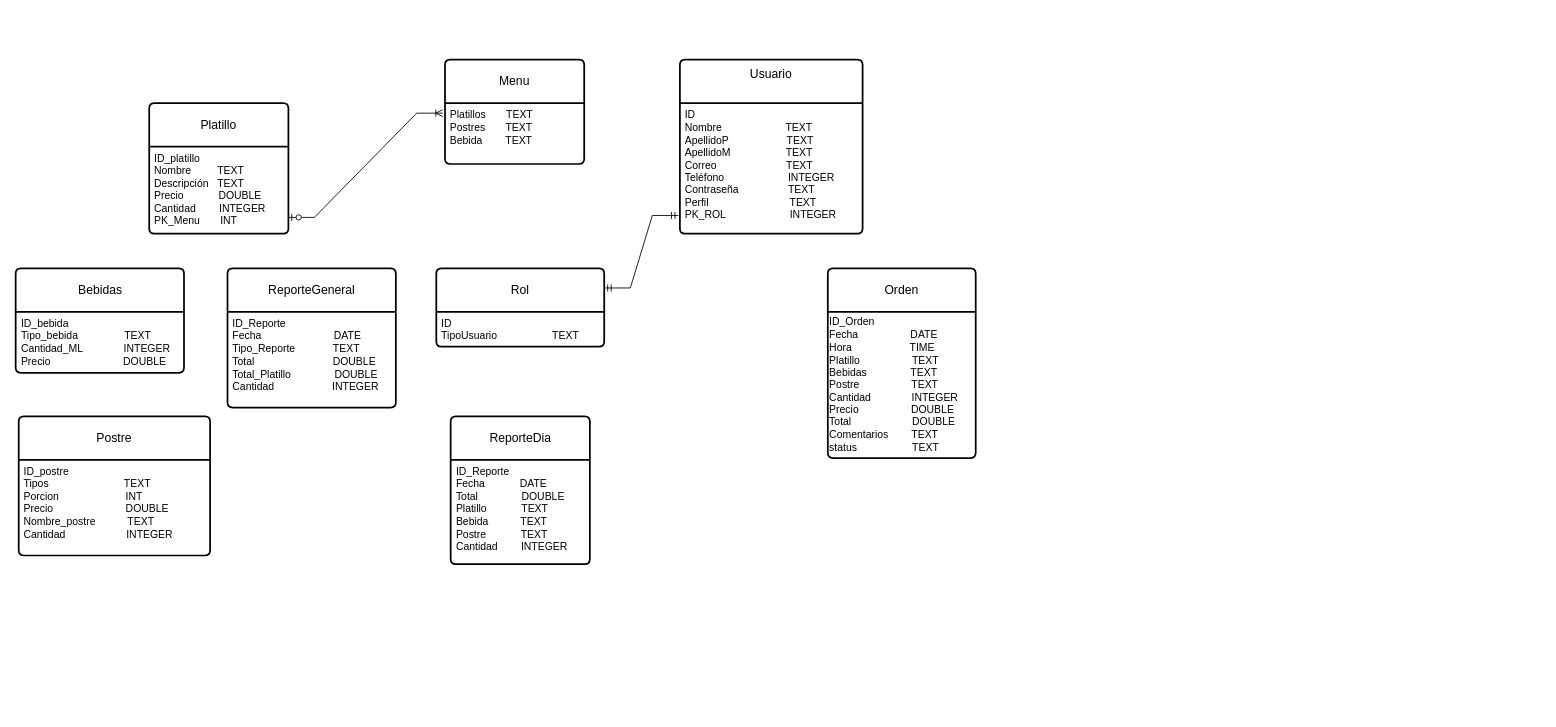
Above: BD_Relacional.drawio in OSCARCH2002/diagramas (draw.io), before the change. Source tidied: cells renumbered, new cells numbered last; positions are measured from the earlier drawing's top-left corner, leaving out a move shared by most shapes. Both pictures are drawn from the tidied source at 87%, with x=0, y=0 at pixel (15, 59).
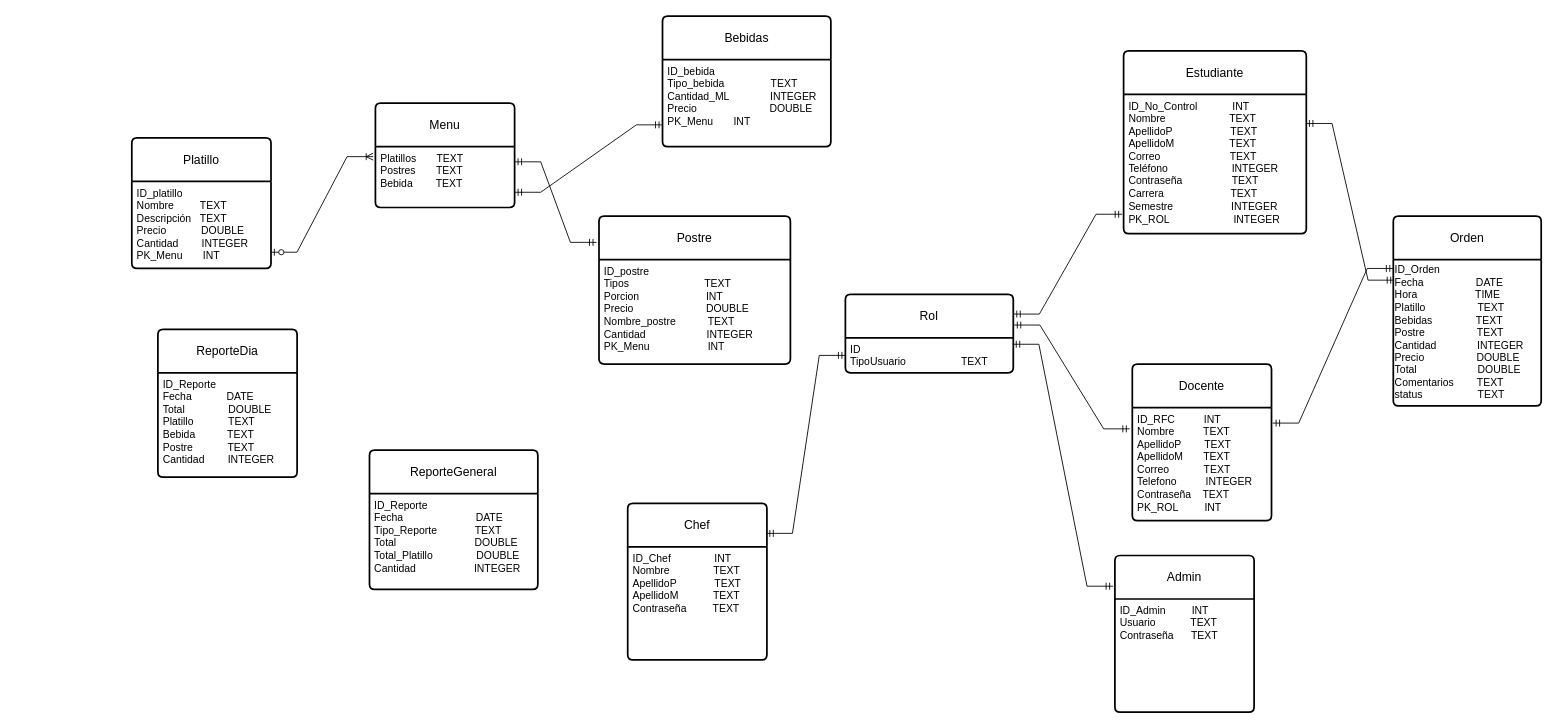
After the change.

Unchanged cells that the change refers to:
```xml
<mxCell id="7" value="Platillos&amp;nbsp; &amp;nbsp; &amp;nbsp; &amp;nbsp;TEXT&lt;div&gt;Postres&amp;nbsp; &amp;nbsp; &amp;nbsp; &amp;nbsp;TEXT&lt;/div&gt;&lt;div&gt;Bebida&amp;nbsp; &amp;nbsp; &amp;nbsp; &amp;nbsp; TEXT&lt;/div&gt;" style="align=left;strokeColor=none;fillColor=none;spacingLeft=4;spacingRight=4;fontSize=12;verticalAlign=top;html=1;whiteSpace=wrap;" parent="6" vertex="1">
  <mxGeometry y="50" width="160" height="70" as="geometry" />
</mxCell>
<mxCell id="13" value="ID&lt;div&gt;&lt;span style=&quot;background-color: transparent; color: light-dark(rgb(0, 0, 0), rgb(255, 255, 255));&quot;&gt;TipoUsuario&amp;nbsp; &amp;nbsp; &amp;nbsp; &amp;nbsp; &amp;nbsp; &amp;nbsp; &amp;nbsp; &amp;nbsp; &amp;nbsp; &amp;nbsp;TEXT&lt;/span&gt;&lt;/div&gt;" style="align=left;strokeColor=none;fillColor=none;spacingLeft=4;spacingRight=4;fontSize=12;verticalAlign=top;html=1;whiteSpace=wrap;" parent="12" vertex="1">
  <mxGeometry y="50" width="193" height="40" as="geometry" />
</mxCell>
<mxCell id="17" value="ID_Orden&lt;div&gt;Fecha&amp;nbsp; &amp;nbsp; &amp;nbsp; &amp;nbsp; &amp;nbsp; &amp;nbsp; &amp;nbsp; &amp;nbsp; &amp;nbsp; DATE&lt;/div&gt;&lt;div&gt;Hora&amp;nbsp; &amp;nbsp; &amp;nbsp; &amp;nbsp; &amp;nbsp; &amp;nbsp; &amp;nbsp; &amp;nbsp; &amp;nbsp; &amp;nbsp; TIME&lt;/div&gt;&lt;div&gt;Platillo&amp;nbsp; &amp;nbsp; &amp;nbsp; &amp;nbsp; &amp;nbsp; &amp;nbsp; &amp;nbsp; &amp;nbsp; &amp;nbsp; TEXT&lt;/div&gt;&lt;div&gt;Bebidas&amp;nbsp; &amp;nbsp; &amp;nbsp; &amp;nbsp; &amp;nbsp; &amp;nbsp; &amp;nbsp; &amp;nbsp;TEXT&lt;/div&gt;&lt;div&gt;Postre&amp;nbsp; &amp;nbsp; &amp;nbsp; &amp;nbsp; &amp;nbsp; &amp;nbsp; &amp;nbsp; &amp;nbsp; &amp;nbsp; TEXT&lt;/div&gt;&lt;div&gt;Cantidad&amp;nbsp; &amp;nbsp; &amp;nbsp; &amp;nbsp; &amp;nbsp; &amp;nbsp; &amp;nbsp; INTEGER&lt;/div&gt;&lt;div&gt;Precio&amp;nbsp; &amp;nbsp; &amp;nbsp; &amp;nbsp; &amp;nbsp; &amp;nbsp; &amp;nbsp; &amp;nbsp; &amp;nbsp; DOUBLE&lt;/div&gt;&lt;div&gt;Total&amp;nbsp; &amp;nbsp; &amp;nbsp; &amp;nbsp; &amp;nbsp; &amp;nbsp; &amp;nbsp; &amp;nbsp; &amp;nbsp; &amp;nbsp; &amp;nbsp;DOUBLE&lt;/div&gt;&lt;div&gt;Comentarios&amp;nbsp; &amp;nbsp; &amp;nbsp; &amp;nbsp; TEXT&lt;/div&gt;&lt;div&gt;status&amp;nbsp; &amp;nbsp; &amp;nbsp; &amp;nbsp; &amp;nbsp; &amp;nbsp; &amp;nbsp; &amp;nbsp; &amp;nbsp; &amp;nbsp;TEXT&lt;/div&gt;" style="text;html=1;align=left;verticalAlign=middle;points=[];strokeColor=none;fillColor=none;" parent="16" vertex="1">
  <mxGeometry y="50" width="170" height="168" as="geometry" />
</mxCell>
```

Diff of the diagram source:
```diff
@@
     <mxCell id="2" value="Platillo" style="swimlane;horizontal=1;startSize=50;rounded=1;fontSize=14;fontStyle=0;strokeWidth=2;shadow=0;dashed=0;align=center;arcSize=4;whiteSpace=wrap;html=1;" parent="1" vertex="1">
-      <mxGeometry x="154" y="50" width="160" height="150" as="geometry" />
+      <mxGeometry x="134" y="90" width="160" height="150" as="geometry" />
     </mxCell>
@@
     <mxCell id="4" value="&lt;div&gt;ReporteDia&lt;/div&gt;" style="swimlane;horizontal=1;startSize=50;rounded=1;fontSize=14;fontStyle=0;strokeWidth=2;shadow=0;dashed=0;align=center;arcSize=4;whiteSpace=wrap;html=1;" parent="1" vertex="1">
-      <mxGeometry x="500.5" y="410" width="160" height="170" as="geometry" />
+      <mxGeometry x="164" y="310" width="160" height="170" as="geometry" />
     </mxCell>
@@
     <mxCell id="6" value="&lt;div&gt;Menu&lt;/div&gt;" style="swimlane;horizontal=1;startSize=50;rounded=1;fontSize=14;fontStyle=0;strokeWidth=2;shadow=0;dashed=0;align=center;arcSize=4;whiteSpace=wrap;html=1;" parent="1" vertex="1">
-      <mxGeometry x="494" width="160" height="120" as="geometry" />
+      <mxGeometry x="414" y="50" width="160" height="120" as="geometry" />
     </mxCell>
@@
     <mxCell id="8" value="Bebidas" style="swimlane;horizontal=1;startSize=50;rounded=1;fontSize=14;fontStyle=0;strokeWidth=2;shadow=0;dashed=0;align=center;arcSize=4;whiteSpace=wrap;html=1;" parent="1" vertex="1">
-      <mxGeometry x="0.5" y="240" width="193.5" height="120" as="geometry" />
+      <mxGeometry x="744" y="-50" width="193.5" height="150" as="geometry" />
     </mxCell>
-    <mxCell id="9" value="ID_bebida&amp;nbsp; &amp;nbsp; &amp;nbsp; &amp;nbsp; &amp;nbsp; &amp;nbsp; &amp;nbsp; &amp;nbsp; &amp;nbsp; &amp;nbsp;&lt;div&gt;Tipo_bebida&amp;nbsp; &amp;nbsp; &amp;nbsp; &amp;nbsp; &amp;nbsp; &amp;nbsp; &amp;nbsp; &amp;nbsp; TEXT&lt;/div&gt;&lt;div&gt;Cantidad_ML&amp;nbsp; &amp;nbsp; &amp;nbsp; &amp;nbsp; &amp;nbsp; &amp;nbsp; &amp;nbsp; INTEGER&lt;/div&gt;&lt;div&gt;Precio&amp;nbsp; &amp;nbsp; &amp;nbsp; &amp;nbsp; &amp;nbsp; &amp;nbsp; &amp;nbsp; &amp;nbsp; &amp;nbsp; &amp;nbsp; &amp;nbsp; &amp;nbsp; &amp;nbsp;DOUBLE&lt;/div&gt;&lt;div&gt;&lt;br&gt;&lt;/div&gt;" style="align=left;strokeColor=none;fillColor=none;spacingLeft=4;spacingRight=4;fontSize=12;verticalAlign=top;html=1;whiteSpace=wrap;" parent="8" vertex="1">
-      <mxGeometry y="50" width="193.5" height="70" as="geometry" />
+    <mxCell id="9" value="ID_bebida&amp;nbsp; &amp;nbsp; &amp;nbsp; &amp;nbsp; &amp;nbsp; &amp;nbsp; &amp;nbsp; &amp;nbsp; &amp;nbsp; &amp;nbsp;&lt;div&gt;Tipo_bebida&amp;nbsp; &amp;nbsp; &amp;nbsp; &amp;nbsp; &amp;nbsp; &amp;nbsp; &amp;nbsp; &amp;nbsp; TEXT&lt;/div&gt;&lt;div&gt;Cantidad_ML&amp;nbsp; &amp;nbsp; &amp;nbsp; &amp;nbsp; &amp;nbsp; &amp;nbsp; &amp;nbsp; INTEGER&lt;/div&gt;&lt;div&gt;Precio&amp;nbsp; &amp;nbsp; &amp;nbsp; &amp;nbsp; &amp;nbsp; &amp;nbsp; &amp;nbsp; &amp;nbsp; &amp;nbsp; &amp;nbsp; &amp;nbsp; &amp;nbsp; &amp;nbsp;DOUBLE&lt;/div&gt;&lt;div&gt;PK_Menu&amp;nbsp; &amp;nbsp; &amp;nbsp; &amp;nbsp;INT&lt;/div&gt;&lt;div&gt;&lt;br&gt;&lt;/div&gt;" style="align=left;strokeColor=none;fillColor=none;spacingLeft=4;spacingRight=4;fontSize=12;verticalAlign=top;html=1;whiteSpace=wrap;" parent="8" vertex="1">
+      <mxGeometry y="50" width="193.5" height="100" as="geometry" />
     </mxCell>
     <mxCell id="10" value="ReporteGeneral" style="swimlane;horizontal=1;startSize=50;rounded=1;fontSize=14;fontStyle=0;strokeWidth=2;shadow=0;dashed=0;align=center;arcSize=4;whiteSpace=wrap;html=1;" parent="1" vertex="1">
-      <mxGeometry x="244" y="240" width="193.5" height="160" as="geometry" />
+      <mxGeometry x="407.2" y="449" width="193.5" height="160" as="geometry" />
     </mxCell>
@@
     <mxCell id="12" value="Rol" style="swimlane;horizontal=1;startSize=50;rounded=1;fontSize=14;fontStyle=0;strokeWidth=2;shadow=0;dashed=0;align=center;arcSize=4;whiteSpace=wrap;html=1;" parent="1" vertex="1">
-      <mxGeometry x="484" y="240" width="193" height="90" as="geometry" />
+      <mxGeometry x="954.2" y="270" width="193" height="90" as="geometry" />
     </mxCell>
@@
-    <mxCell id="14" value="Usuario&lt;div&gt;&lt;br&gt;&lt;/div&gt;" style="swimlane;horizontal=1;startSize=50;rounded=1;fontSize=14;fontStyle=0;strokeWidth=2;shadow=0;dashed=0;align=center;arcSize=4;whiteSpace=wrap;html=1;" parent="1" vertex="1">
-      <mxGeometry x="764" width="210" height="200" as="geometry" />
+    <mxCell id="14" value="&lt;div&gt;Estudiante&lt;/div&gt;" style="swimlane;horizontal=1;startSize=50;rounded=1;fontSize=14;fontStyle=0;strokeWidth=2;shadow=0;dashed=0;align=center;arcSize=4;whiteSpace=wrap;html=1;" parent="1" vertex="1">
+      <mxGeometry x="1274" y="-10" width="210" height="210" as="geometry" />
     </mxCell>
-    <mxCell id="15" value="ID&lt;div&gt;Nombre&amp;nbsp; &amp;nbsp; &amp;nbsp; &amp;nbsp; &amp;nbsp; &amp;nbsp; &amp;nbsp; &amp;nbsp; &amp;nbsp; &amp;nbsp; &amp;nbsp; TEXT&lt;/div&gt;&lt;div&gt;ApellidoP&amp;nbsp; &amp;nbsp; &amp;nbsp; &amp;nbsp; &amp;nbsp; &amp;nbsp; &amp;nbsp; &amp;nbsp; &amp;nbsp; &amp;nbsp; TEXT&lt;/div&gt;&lt;div&gt;ApellidoM&amp;nbsp; &amp;nbsp; &amp;nbsp; &amp;nbsp; &amp;nbsp; &amp;nbsp; &amp;nbsp; &amp;nbsp; &amp;nbsp; &amp;nbsp;TEXT&lt;/div&gt;&lt;div&gt;Correo&amp;nbsp; &amp;nbsp; &amp;nbsp; &amp;nbsp; &amp;nbsp; &amp;nbsp; &amp;nbsp; &amp;nbsp; &amp;nbsp; &amp;nbsp; &amp;nbsp; &amp;nbsp; TEXT&lt;/div&gt;&lt;div&gt;Teléfono&amp;nbsp; &amp;nbsp; &amp;nbsp; &amp;nbsp; &amp;nbsp; &amp;nbsp; &amp;nbsp; &amp;nbsp; &amp;nbsp; &amp;nbsp; &amp;nbsp; INTEGER&lt;/div&gt;&lt;div&gt;Contraseña&amp;nbsp; &amp;nbsp; &amp;nbsp; &amp;nbsp; &amp;nbsp; &amp;nbsp; &amp;nbsp; &amp;nbsp; &amp;nbsp;TEXT&lt;/div&gt;&lt;div&gt;Perfil&amp;nbsp; &amp;nbsp; &amp;nbsp; &amp;nbsp; &amp;nbsp; &amp;nbsp; &amp;nbsp; &amp;nbsp; &amp;nbsp; &amp;nbsp; &amp;nbsp; &amp;nbsp; &amp;nbsp; &amp;nbsp; TEXT&lt;/div&gt;&lt;div&gt;PK_ROL&amp;nbsp; &amp;nbsp; &amp;nbsp; &amp;nbsp; &amp;nbsp; &amp;nbsp; &amp;nbsp; &amp;nbsp; &amp;nbsp; &amp;nbsp; &amp;nbsp; INTEGER&lt;/div&gt;&lt;div&gt;&lt;br&gt;&lt;/div&gt;" style="align=left;strokeColor=none;fillColor=none;spacingLeft=4;spacingRight=4;fontSize=12;verticalAlign=top;html=1;whiteSpace=wrap;" parent="14" vertex="1">
-      <mxGeometry y="50" width="210" height="150" as="geometry" />
+    <mxCell id="15" value="ID_No_Control&amp;nbsp; &amp;nbsp; &amp;nbsp; &amp;nbsp; &amp;nbsp; &amp;nbsp; INT&lt;br&gt;&lt;div&gt;Nombre&amp;nbsp; &amp;nbsp; &amp;nbsp; &amp;nbsp; &amp;nbsp; &amp;nbsp; &amp;nbsp; &amp;nbsp; &amp;nbsp; &amp;nbsp; &amp;nbsp; TEXT&lt;/div&gt;&lt;div&gt;ApellidoP&amp;nbsp; &amp;nbsp; &amp;nbsp; &amp;nbsp; &amp;nbsp; &amp;nbsp; &amp;nbsp; &amp;nbsp; &amp;nbsp; &amp;nbsp; TEXT&lt;/div&gt;&lt;div&gt;ApellidoM&amp;nbsp; &amp;nbsp; &amp;nbsp; &amp;nbsp; &amp;nbsp; &amp;nbsp; &amp;nbsp; &amp;nbsp; &amp;nbsp; &amp;nbsp;TEXT&lt;/div&gt;&lt;div&gt;Correo&amp;nbsp; &amp;nbsp; &amp;nbsp; &amp;nbsp; &amp;nbsp; &amp;nbsp; &amp;nbsp; &amp;nbsp; &amp;nbsp; &amp;nbsp; &amp;nbsp; &amp;nbsp; TEXT&lt;/div&gt;&lt;div&gt;Teléfono&amp;nbsp; &amp;nbsp; &amp;nbsp; &amp;nbsp; &amp;nbsp; &amp;nbsp; &amp;nbsp; &amp;nbsp; &amp;nbsp; &amp;nbsp; &amp;nbsp; INTEGER&lt;/div&gt;&lt;div&gt;Contraseña&amp;nbsp; &amp;nbsp; &amp;nbsp; &amp;nbsp; &amp;nbsp; &amp;nbsp; &amp;nbsp; &amp;nbsp; &amp;nbsp;TEXT&lt;/div&gt;&lt;div&gt;Carrera&amp;nbsp; &amp;nbsp; &amp;nbsp; &amp;nbsp; &amp;nbsp; &amp;nbsp; &amp;nbsp; &amp;nbsp; &amp;nbsp; &amp;nbsp; &amp;nbsp; &amp;nbsp;TEXT&lt;/div&gt;&lt;div&gt;Semestre&amp;nbsp; &amp;nbsp; &amp;nbsp; &amp;nbsp; &amp;nbsp; &amp;nbsp; &amp;nbsp; &amp;nbsp; &amp;nbsp; &amp;nbsp; INTEGER&lt;/div&gt;&lt;div&gt;&lt;span style=&quot;background-color: transparent; color: light-dark(rgb(0, 0, 0), rgb(255, 255, 255));&quot;&gt;PK_ROL&amp;nbsp; &amp;nbsp; &amp;nbsp; &amp;nbsp; &amp;nbsp; &amp;nbsp; &amp;nbsp; &amp;nbsp; &amp;nbsp; &amp;nbsp; &amp;nbsp; INTEGER&lt;/span&gt;&lt;/div&gt;&lt;div&gt;&lt;br&gt;&lt;/div&gt;" style="align=left;strokeColor=none;fillColor=none;spacingLeft=4;spacingRight=4;fontSize=12;verticalAlign=top;html=1;whiteSpace=wrap;" parent="14" vertex="1">
+      <mxGeometry y="50" width="210" height="160" as="geometry" />
     </mxCell>
     <mxCell id="16" value="&lt;div&gt;Orden&lt;/div&gt;" style="swimlane;horizontal=1;startSize=50;rounded=1;fontSize=14;fontStyle=0;strokeWidth=2;shadow=0;dashed=0;align=center;arcSize=4;whiteSpace=wrap;html=1;" parent="1" vertex="1">
-      <mxGeometry x="934" y="240" width="170" height="218" as="geometry" />
+      <mxGeometry x="1584" y="180" width="170" height="218" as="geometry" />
     </mxCell>
@@
     <mxCell id="18" value="&lt;div&gt;Postre&lt;/div&gt;" style="swimlane;horizontal=1;startSize=50;rounded=1;fontSize=14;fontStyle=0;strokeWidth=2;shadow=0;dashed=0;align=center;arcSize=4;whiteSpace=wrap;html=1;" parent="1" vertex="1">
-      <mxGeometry x="4" y="410" width="220" height="160" as="geometry" />
+      <mxGeometry x="671" y="180" width="220" height="170" as="geometry" />
     </mxCell>
-    <mxCell id="19" value="ID_postre&lt;div&gt;Tipos&amp;nbsp; &amp;nbsp; &amp;nbsp; &amp;nbsp; &amp;nbsp; &amp;nbsp; &amp;nbsp; &amp;nbsp; &amp;nbsp; &amp;nbsp; &amp;nbsp; &amp;nbsp; &amp;nbsp; TEXT&lt;/div&gt;&lt;div&gt;Porcion&amp;nbsp; &amp;nbsp; &amp;nbsp; &amp;nbsp; &amp;nbsp; &amp;nbsp; &amp;nbsp; &amp;nbsp; &amp;nbsp; &amp;nbsp; &amp;nbsp; &amp;nbsp;INT&lt;/div&gt;&lt;div&gt;Precio&amp;nbsp; &amp;nbsp; &amp;nbsp; &amp;nbsp; &amp;nbsp; &amp;nbsp; &amp;nbsp; &amp;nbsp; &amp;nbsp; &amp;nbsp; &amp;nbsp; &amp;nbsp; &amp;nbsp;DOUBLE&lt;/div&gt;&lt;div&gt;Nombre_postre&amp;nbsp; &amp;nbsp; &amp;nbsp; &amp;nbsp; &amp;nbsp; &amp;nbsp;TEXT&lt;/div&gt;&lt;div&gt;Cantidad&amp;nbsp; &amp;nbsp; &amp;nbsp; &amp;nbsp; &amp;nbsp; &amp;nbsp; &amp;nbsp; &amp;nbsp; &amp;nbsp; &amp;nbsp; &amp;nbsp;INTEGER&lt;/div&gt;" style="align=left;strokeColor=none;fillColor=none;spacingLeft=4;spacingRight=4;fontSize=12;verticalAlign=top;html=1;whiteSpace=wrap;" parent="18" vertex="1">
-      <mxGeometry y="50" width="220" height="110" as="geometry" />
+    <mxCell id="19" value="ID_postre&lt;div&gt;Tipos&amp;nbsp; &amp;nbsp; &amp;nbsp; &amp;nbsp; &amp;nbsp; &amp;nbsp; &amp;nbsp; &amp;nbsp; &amp;nbsp; &amp;nbsp; &amp;nbsp; &amp;nbsp; &amp;nbsp; TEXT&lt;/div&gt;&lt;div&gt;Porcion&amp;nbsp; &amp;nbsp; &amp;nbsp; &amp;nbsp; &amp;nbsp; &amp;nbsp; &amp;nbsp; &amp;nbsp; &amp;nbsp; &amp;nbsp; &amp;nbsp; &amp;nbsp;INT&lt;/div&gt;&lt;div&gt;Precio&amp;nbsp; &amp;nbsp; &amp;nbsp; &amp;nbsp; &amp;nbsp; &amp;nbsp; &amp;nbsp; &amp;nbsp; &amp;nbsp; &amp;nbsp; &amp;nbsp; &amp;nbsp; &amp;nbsp;DOUBLE&lt;/div&gt;&lt;div&gt;Nombre_postre&amp;nbsp; &amp;nbsp; &amp;nbsp; &amp;nbsp; &amp;nbsp; &amp;nbsp;TEXT&lt;/div&gt;&lt;div&gt;Cantidad&amp;nbsp; &amp;nbsp; &amp;nbsp; &amp;nbsp; &amp;nbsp; &amp;nbsp; &amp;nbsp; &amp;nbsp; &amp;nbsp; &amp;nbsp; &amp;nbsp;INTEGER&lt;/div&gt;&lt;div&gt;PK_Menu&amp;nbsp; &amp;nbsp; &amp;nbsp; &amp;nbsp; &amp;nbsp; &amp;nbsp; &amp;nbsp; &amp;nbsp; &amp;nbsp; &amp;nbsp; INT&lt;/div&gt;" style="align=left;strokeColor=none;fillColor=none;spacingLeft=4;spacingRight=4;fontSize=12;verticalAlign=top;html=1;whiteSpace=wrap;" parent="18" vertex="1">
+      <mxGeometry y="50" width="220" height="120" as="geometry" />
     </mxCell>
@@
+    <mxCell id="22" value="&lt;div&gt;Docente&lt;/div&gt;" style="swimlane;horizontal=1;startSize=50;rounded=1;fontSize=14;fontStyle=0;strokeWidth=2;shadow=0;dashed=0;align=center;arcSize=4;whiteSpace=wrap;html=1;" parent="1" vertex="1">
+      <mxGeometry x="1284" y="350" width="160" height="180" as="geometry" />
+    </mxCell>
+    <mxCell id="23" value="&lt;div&gt;ID_RFC&amp;nbsp; &amp;nbsp; &amp;nbsp; &amp;nbsp; &amp;nbsp; INT&lt;/div&gt;&lt;div&gt;Nombre&amp;nbsp; &amp;nbsp; &amp;nbsp; &amp;nbsp; &amp;nbsp; TEXT&amp;nbsp;&lt;/div&gt;&lt;div&gt;ApellidoP&amp;nbsp; &amp;nbsp; &amp;nbsp; &amp;nbsp; TEXT&lt;/div&gt;&lt;div&gt;ApellidoM&amp;nbsp; &amp;nbsp; &amp;nbsp; &amp;nbsp;TEXT&lt;/div&gt;&lt;div&gt;Correo&amp;nbsp; &amp;nbsp; &amp;nbsp; &amp;nbsp; &amp;nbsp; &amp;nbsp; TEXT&lt;/div&gt;&lt;div&gt;Telefono&amp;nbsp; &amp;nbsp; &amp;nbsp; &amp;nbsp; &amp;nbsp; INTEGER&lt;/div&gt;&lt;div&gt;Contraseña&amp;nbsp; &amp;nbsp; TEXT&lt;/div&gt;&lt;div&gt;PK_ROL&amp;nbsp; &amp;nbsp; &amp;nbsp; &amp;nbsp; &amp;nbsp;INT&lt;/div&gt;" style="align=left;strokeColor=none;fillColor=none;spacingLeft=4;spacingRight=4;fontSize=12;verticalAlign=top;html=1;whiteSpace=wrap;" parent="22" vertex="1">
+      <mxGeometry y="50" width="160" height="130" as="geometry" />
+    </mxCell>
+    <mxCell id="24" style="edgeStyle=entityRelationEdgeStyle;fontSize=12;html=1;endArrow=ERmandOne;startArrow=ERmandOne;rounded=0;exitX=-0.018;exitY=0.188;exitDx=0;exitDy=0;exitPerimeter=0;entryX=1.003;entryY=0.39;entryDx=0;entryDy=0;entryPerimeter=0;" parent="1" edge="1" source="23" target="12">
+      <mxGeometry relative="1" as="geometry" />
+    </mxCell>
+    <mxCell id="25" value="&lt;div&gt;Admin&lt;/div&gt;" style="swimlane;horizontal=1;startSize=50;rounded=1;fontSize=14;fontStyle=0;strokeWidth=2;shadow=0;dashed=0;align=center;arcSize=4;whiteSpace=wrap;html=1;" parent="1" vertex="1">
+      <mxGeometry x="1264" y="570" width="160" height="180" as="geometry" />
+    </mxCell>
+    <mxCell id="26" value="ID_Admin&amp;nbsp; &amp;nbsp; &amp;nbsp; &amp;nbsp; &amp;nbsp;INT&lt;div&gt;Usuario&amp;nbsp; &amp;nbsp; &amp;nbsp; &amp;nbsp; &amp;nbsp; &amp;nbsp; TEXT&lt;/div&gt;&lt;div&gt;Contraseña&amp;nbsp; &amp;nbsp; &amp;nbsp; TEXT&lt;/div&gt;" style="align=left;strokeColor=none;fillColor=none;spacingLeft=4;spacingRight=4;fontSize=12;verticalAlign=top;html=1;whiteSpace=wrap;" parent="25" vertex="1">
+      <mxGeometry y="50" width="160" height="130" as="geometry" />
+    </mxCell>
+    <mxCell id="27" style="edgeStyle=entityRelationEdgeStyle;fontSize=12;html=1;endArrow=ERmandOne;startArrow=ERmandOne;rounded=0;entryX=0.997;entryY=0.18;entryDx=0;entryDy=0;exitX=-0.013;exitY=0.196;exitDx=0;exitDy=0;exitPerimeter=0;entryPerimeter=0;" parent="1" edge="1" source="25" target="13">
+      <mxGeometry relative="1" as="geometry">
+        <Array as="points">
+          <mxPoint x="927.2" y="420" />
+        </Array>
+      </mxGeometry>
+    </mxCell>
+    <mxCell id="28" value="&lt;div&gt;Chef&lt;/div&gt;" style="swimlane;horizontal=1;startSize=50;rounded=1;fontSize=14;fontStyle=0;strokeWidth=2;shadow=0;dashed=0;align=center;arcSize=4;whiteSpace=wrap;html=1;" parent="1" vertex="1">
+      <mxGeometry x="704" y="510" width="160" height="180" as="geometry" />
+    </mxCell>
+    <mxCell id="29" value="ID_Chef&amp;nbsp; &amp;nbsp; &amp;nbsp; &amp;nbsp; &amp;nbsp; &amp;nbsp; &amp;nbsp; &amp;nbsp;INT&lt;div&gt;Nombre&amp;nbsp; &amp;nbsp; &amp;nbsp; &amp;nbsp; &amp;nbsp; &amp;nbsp; &amp;nbsp; &amp;nbsp;TEXT&lt;/div&gt;&lt;div&gt;ApellidoP&amp;nbsp; &amp;nbsp; &amp;nbsp; &amp;nbsp; &amp;nbsp; &amp;nbsp; &amp;nbsp;TEXT&lt;/div&gt;&lt;div&gt;ApellidoM&amp;nbsp; &amp;nbsp; &amp;nbsp; &amp;nbsp; &amp;nbsp; &amp;nbsp; TEXT&lt;/div&gt;&lt;div&gt;Contraseña&amp;nbsp; &amp;nbsp; &amp;nbsp; &amp;nbsp; &amp;nbsp;TEXT&lt;/div&gt;" style="align=left;strokeColor=none;fillColor=none;spacingLeft=4;spacingRight=4;fontSize=12;verticalAlign=top;html=1;whiteSpace=wrap;" parent="28" vertex="1">
+      <mxGeometry y="50" width="160" height="130" as="geometry" />
+    </mxCell>
+    <mxCell id="30" style="edgeStyle=entityRelationEdgeStyle;fontSize=12;html=1;endArrow=ERmandOne;startArrow=ERmandOne;rounded=0;entryX=0;entryY=0.5;entryDx=0;entryDy=0;exitX=0.996;exitY=0.192;exitDx=0;exitDy=0;exitPerimeter=0;" parent="1" edge="1" source="28" target="13">
+      <mxGeometry relative="1" as="geometry" />
+    </mxCell>
+    <mxCell id="31" style="edgeStyle=entityRelationEdgeStyle;fontSize=12;html=1;endArrow=ERmandOne;startArrow=ERmandOne;rounded=0;entryX=1;entryY=0.25;entryDx=0;entryDy=0;exitX=-0.013;exitY=0.177;exitDx=0;exitDy=0;exitPerimeter=0;" parent="1" edge="1" source="18" target="7">
+      <mxGeometry relative="1" as="geometry" />
+    </mxCell>
+    <mxCell id="32" style="edgeStyle=entityRelationEdgeStyle;fontSize=12;html=1;endArrow=ERmandOne;startArrow=ERmandOne;rounded=0;entryX=0;entryY=0.75;entryDx=0;entryDy=0;exitX=1;exitY=0.75;exitDx=0;exitDy=0;" parent="1" edge="1" source="7" target="9">
+      <mxGeometry relative="1" as="geometry" />
+    </mxCell>
+    <mxCell id="33" style="edgeStyle=entityRelationEdgeStyle;fontSize=12;html=1;endArrow=ERmandOne;startArrow=ERmandOne;rounded=0;entryX=0.998;entryY=0.209;entryDx=0;entryDy=0;entryPerimeter=0;exitX=0.006;exitY=0.14;exitDx=0;exitDy=0;exitPerimeter=0;" parent="1" edge="1" source="17" target="15">
+      <mxGeometry relative="1" as="geometry" />
+    </mxCell>
+    <mxCell id="34" style="edgeStyle=entityRelationEdgeStyle;fontSize=12;html=1;endArrow=ERmandOne;startArrow=ERmandOne;rounded=0;entryX=0;entryY=0.06;entryDx=0;entryDy=0;entryPerimeter=0;exitX=1.008;exitY=0.137;exitDx=0;exitDy=0;exitPerimeter=0;" parent="1" edge="1" source="23" target="17">
+      <mxGeometry relative="1" as="geometry" />
+    </mxCell>
```
